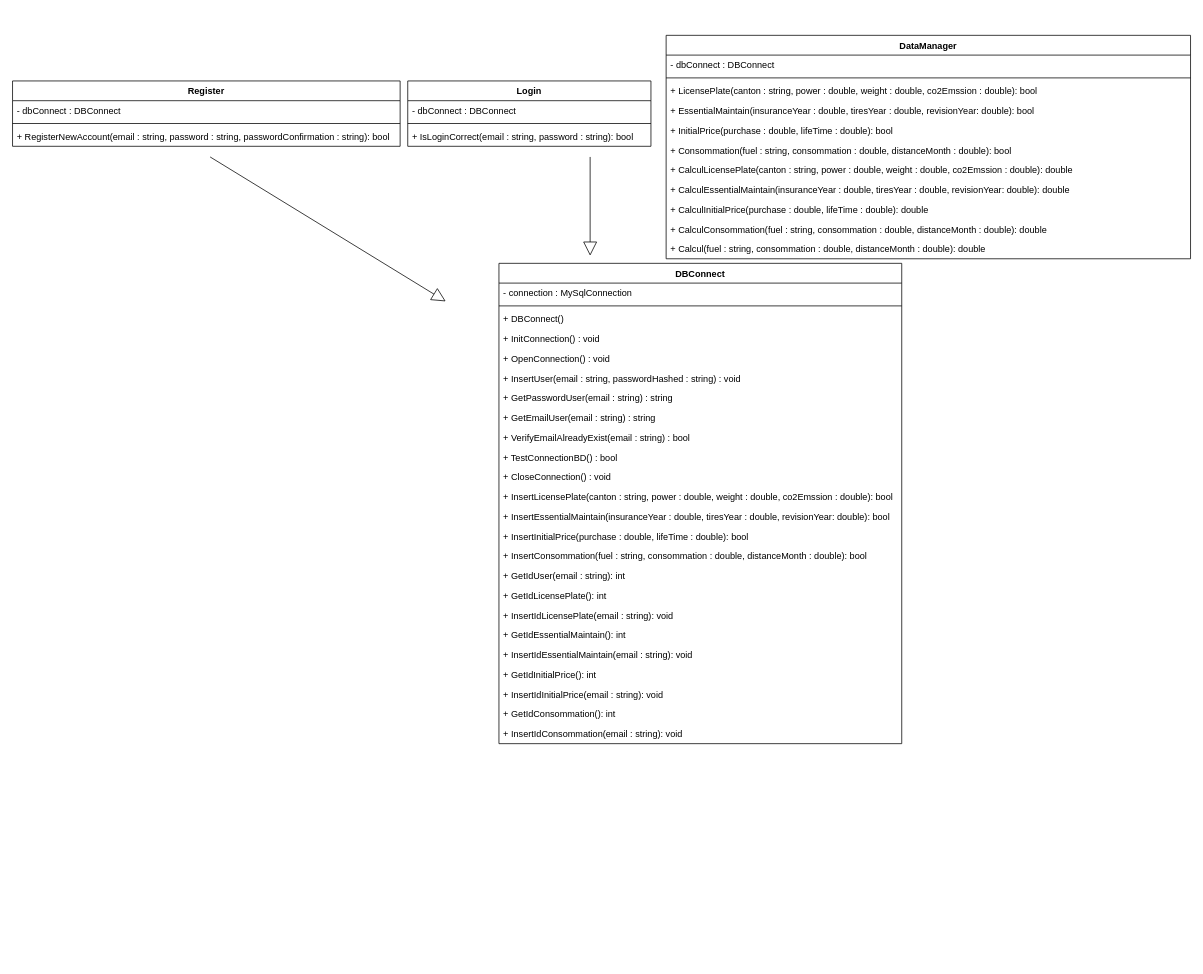
Before: Documentation/Sprint1/diagrammeClasse.drawio in ThomasCPNV/CcubeProject, a draw.io diagram. Source tidied: cells renumbered, new cells numbered last; positions are measured from the earlier drawing's top-left corner, leaving out a move shared by most shapes. Both pictures are drawn from the tidied source at 76%, with x=0, y=0 at pixel (12, 35).
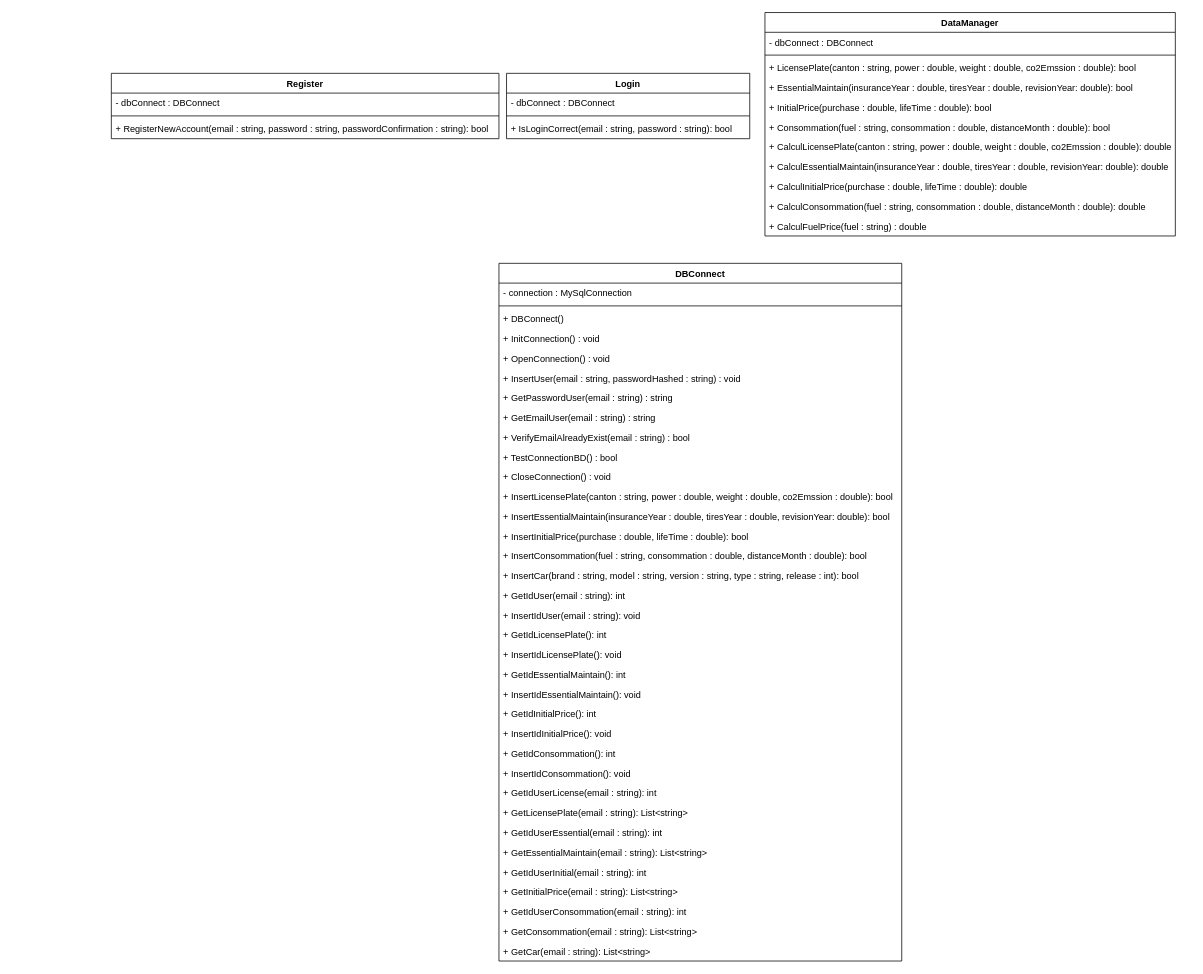
After the change.

Commit message (it also covers changes not shown here):
mise à jour diagramme de classe

What changed in the source:
```diff
@@
     <mxCell id="2" value="Register" style="swimlane;fontStyle=1;align=center;verticalAlign=top;horizontal=1;startSize=26;" parent="1" vertex="1">
-      <mxGeometry y="60" width="510" height="86" as="geometry" />
+      <mxGeometry x="130" y="50" width="510" height="86" as="geometry" />
     </mxCell>
@@
     <mxCell id="6" value="Login" style="swimlane;fontStyle=1;align=center;verticalAlign=top;horizontal=1;startSize=26;" parent="1" vertex="1">
-      <mxGeometry x="520" y="60" width="320" height="86" as="geometry" />
+      <mxGeometry x="650" y="50" width="320" height="86" as="geometry" />
     </mxCell>
@@
     <mxCell id="10" value="DataManager" style="swimlane;fontStyle=1;align=center;verticalAlign=top;horizontal=1;startSize=26;" parent="1" vertex="1">
-      <mxGeometry x="860" width="690" height="294" as="geometry" />
+      <mxGeometry x="990" y="-30" width="540" height="294" as="geometry" />
     </mxCell>
     <mxCell id="11" value="- dbConnect : DBConnect" style="text;strokeColor=none;fillColor=none;align=left;verticalAlign=top;spacingLeft=4;spacingRight=4;overflow=hidden;" parent="10" vertex="1">
-      <mxGeometry y="26" width="690" height="26" as="geometry" />
+      <mxGeometry y="26" width="540" height="26" as="geometry" />
     </mxCell>
     <mxCell id="12" style="line;strokeWidth=1;fillColor=none;align=left;verticalAlign=middle;spacingTop=-1;spacingLeft=3;spacingRight=3;labelPosition=right;" parent="10" vertex="1">
-      <mxGeometry y="52" width="690" height="8" as="geometry" />
+      <mxGeometry y="52" width="540" height="8" as="geometry" />
     </mxCell>
     <mxCell id="13" value="+ LicensePlate(canton : string, power : double, weight : double, co2Emssion : double): bool" style="text;strokeColor=none;fillColor=none;align=left;verticalAlign=top;spacingLeft=4;spacingRight=4;overflow=hidden;" parent="10" vertex="1">
-      <mxGeometry y="60" width="690" height="26" as="geometry" />
+      <mxGeometry y="60" width="540" height="26" as="geometry" />
     </mxCell>
     <mxCell id="14" value="+ EssentialMaintain(insuranceYear : double, tiresYear : double, revisionYear: double): bool" style="text;strokeColor=none;fillColor=none;align=left;verticalAlign=top;spacingLeft=4;spacingRight=4;overflow=hidden;" parent="10" vertex="1">
-      <mxGeometry y="86" width="690" height="26" as="geometry" />
+      <mxGeometry y="86" width="540" height="26" as="geometry" />
     </mxCell>
     <mxCell id="15" value="+ InitialPrice(purchase : double, lifeTime : double): bool" style="text;strokeColor=none;fillColor=none;align=left;verticalAlign=top;spacingLeft=4;spacingRight=4;overflow=hidden;" parent="10" vertex="1">
-      <mxGeometry y="112" width="690" height="26" as="geometry" />
+      <mxGeometry y="112" width="540" height="26" as="geometry" />
     </mxCell>
     <mxCell id="16" value="+ Consommation(fuel : string, consommation : double, distanceMonth : double): bool" style="text;strokeColor=none;fillColor=none;align=left;verticalAlign=top;spacingLeft=4;spacingRight=4;overflow=hidden;" parent="10" vertex="1">
-      <mxGeometry y="138" width="690" height="26" as="geometry" />
+      <mxGeometry y="138" width="540" height="26" as="geometry" />
     </mxCell>
     <mxCell id="17" value="+ CalculLicensePlate(canton : string, power : double, weight : double, co2Emssion : double): double" style="text;strokeColor=none;fillColor=none;align=left;verticalAlign=top;spacingLeft=4;spacingRight=4;overflow=hidden;" parent="10" vertex="1">
-      <mxGeometry y="164" width="690" height="26" as="geometry" />
+      <mxGeometry y="164" width="540" height="26" as="geometry" />
     </mxCell>
     <mxCell id="18" value="+ CalculEssentialMaintain(insuranceYear : double, tiresYear : double, revisionYear: double): double" style="text;strokeColor=none;fillColor=none;align=left;verticalAlign=top;spacingLeft=4;spacingRight=4;overflow=hidden;" parent="10" vertex="1">
-      <mxGeometry y="190" width="690" height="26" as="geometry" />
+      <mxGeometry y="190" width="540" height="26" as="geometry" />
     </mxCell>
     <mxCell id="19" value="+ CalculInitialPrice(purchase : double, lifeTime : double): double" style="text;strokeColor=none;fillColor=none;align=left;verticalAlign=top;spacingLeft=4;spacingRight=4;overflow=hidden;" parent="10" vertex="1">
-      <mxGeometry y="216" width="690" height="26" as="geometry" />
+      <mxGeometry y="216" width="540" height="26" as="geometry" />
     </mxCell>
     <mxCell id="20" value="+ CalculConsommation(fuel : string, consommation : double, distanceMonth : double): double" style="text;strokeColor=none;fillColor=none;align=left;verticalAlign=top;spacingLeft=4;spacingRight=4;overflow=hidden;" parent="10" vertex="1">
-      <mxGeometry y="242" width="690" height="26" as="geometry" />
+      <mxGeometry y="242" width="540" height="26" as="geometry" />
     </mxCell>
-    <mxCell id="21" value="+ Calcul(fuel : string, consommation : double, distanceMonth : double): double" style="text;strokeColor=none;fillColor=none;align=left;verticalAlign=top;spacingLeft=4;spacingRight=4;overflow=hidden;" parent="10" vertex="1">
-      <mxGeometry y="268" width="690" height="26" as="geometry" />
+    <mxCell id="21" value="+ CalculFuelPrice(fuel : string) : double" style="text;strokeColor=none;fillColor=none;align=left;verticalAlign=top;spacingLeft=4;spacingRight=4;overflow=hidden;" parent="10" vertex="1">
+      <mxGeometry y="268" width="540" height="26" as="geometry" />
     </mxCell>
     <mxCell id="22" value="DBConnect" style="swimlane;fontStyle=1;align=center;verticalAlign=top;horizontal=1;startSize=26;" parent="1" vertex="1">
-      <mxGeometry x="640" y="300" width="530" height="632" as="geometry" />
+      <mxGeometry x="640" y="300" width="530" height="918" as="geometry" />
     </mxCell>
@@
+    <mxCell id="49" value="+ InsertConsommation(fuel : string, consommation : double, distanceMonth : double): bool" style="text;strokeColor=none;fillColor=none;align=left;verticalAlign=top;spacingLeft=4;spacingRight=4;overflow=hidden;" parent="22" vertex="1">
+      <mxGeometry y="372" width="530" height="26" as="geometry" />
+    </mxCell>
-    <mxCell id="37" value="+ InsertConsommation(fuel : string, consommation : double, distanceMonth : double): bool" style="text;strokeColor=none;fillColor=none;align=left;verticalAlign=top;spacingLeft=4;spacingRight=4;overflow=hidden;" parent="22" vertex="1">
-      <mxGeometry y="372" width="530" height="26" as="geometry" />
+    <mxCell id="37" value="+ InsertCar(brand : string, model : string, version : string, type : string, release : int): bool" style="text;strokeColor=none;fillColor=none;align=left;verticalAlign=top;spacingLeft=4;spacingRight=4;overflow=hidden;" parent="22" vertex="1">
+      <mxGeometry y="398" width="530" height="26" as="geometry" />
     </mxCell>
+    <mxCell id="50" value="+ GetIdUser(email : string): int" style="text;strokeColor=none;fillColor=none;align=left;verticalAlign=top;spacingLeft=4;spacingRight=4;overflow=hidden;" parent="22" vertex="1">
+      <mxGeometry y="424" width="530" height="26" as="geometry" />
+    </mxCell>
-    <mxCell id="38" value="+ GetIdUser(email : string): int" style="text;strokeColor=none;fillColor=none;align=left;verticalAlign=top;spacingLeft=4;spacingRight=4;overflow=hidden;" parent="22" vertex="1">
-      <mxGeometry y="398" width="530" height="26" as="geometry" />
+    <mxCell id="38" value="+ InsertIdUser(email : string): void" style="text;strokeColor=none;fillColor=none;align=left;verticalAlign=top;spacingLeft=4;spacingRight=4;overflow=hidden;" parent="22" vertex="1">
+      <mxGeometry y="450" width="530" height="26" as="geometry" />
     </mxCell>
     <mxCell id="39" value="+ GetIdLicensePlate(): int" style="text;strokeColor=none;fillColor=none;align=left;verticalAlign=top;spacingLeft=4;spacingRight=4;overflow=hidden;" parent="22" vertex="1">
-      <mxGeometry y="424" width="530" height="26" as="geometry" />
+      <mxGeometry y="476" width="530" height="26" as="geometry" />
     </mxCell>
-    <mxCell id="40" value="+ InsertIdLicensePlate(email : string): void" style="text;strokeColor=none;fillColor=none;align=left;verticalAlign=top;spacingLeft=4;spacingRight=4;overflow=hidden;" parent="22" vertex="1">
-      <mxGeometry y="450" width="530" height="26" as="geometry" />
+    <mxCell id="40" value="+ InsertIdLicensePlate(): void" style="text;strokeColor=none;fillColor=none;align=left;verticalAlign=top;spacingLeft=4;spacingRight=4;overflow=hidden;" parent="22" vertex="1">
+      <mxGeometry y="502" width="530" height="26" as="geometry" />
     </mxCell>
     <mxCell id="41" value="+ GetIdEssentialMaintain(): int" style="text;strokeColor=none;fillColor=none;align=left;verticalAlign=top;spacingLeft=4;spacingRight=4;overflow=hidden;" parent="22" vertex="1">
-      <mxGeometry y="476" width="530" height="26" as="geometry" />
+      <mxGeometry y="528" width="530" height="26" as="geometry" />
     </mxCell>
-    <mxCell id="42" value="+ InsertIdEssentialMaintain(email : string): void" style="text;strokeColor=none;fillColor=none;align=left;verticalAlign=top;spacingLeft=4;spacingRight=4;overflow=hidden;" parent="22" vertex="1">
-      <mxGeometry y="502" width="530" height="26" as="geometry" />
+    <mxCell id="42" value="+ InsertIdEssentialMaintain(): void" style="text;strokeColor=none;fillColor=none;align=left;verticalAlign=top;spacingLeft=4;spacingRight=4;overflow=hidden;" parent="22" vertex="1">
+      <mxGeometry y="554" width="530" height="26" as="geometry" />
     </mxCell>
     <mxCell id="43" value="+ GetIdInitialPrice(): int" style="text;strokeColor=none;fillColor=none;align=left;verticalAlign=top;spacingLeft=4;spacingRight=4;overflow=hidden;" parent="22" vertex="1">
-      <mxGeometry y="528" width="530" height="26" as="geometry" />
+      <mxGeometry y="580" width="530" height="26" as="geometry" />
     </mxCell>
-    <mxCell id="44" value="+ InsertIdInitialPrice(email : string): void" style="text;strokeColor=none;fillColor=none;align=left;verticalAlign=top;spacingLeft=4;spacingRight=4;overflow=hidden;" parent="22" vertex="1">
-      <mxGeometry y="554" width="530" height="26" as="geometry" />
+    <mxCell id="44" value="+ InsertIdInitialPrice(): void" style="text;strokeColor=none;fillColor=none;align=left;verticalAlign=top;spacingLeft=4;spacingRight=4;overflow=hidden;" parent="22" vertex="1">
+      <mxGeometry y="606" width="530" height="26" as="geometry" />
     </mxCell>
     <mxCell id="45" value="+ GetIdConsommation(): int" style="text;strokeColor=none;fillColor=none;align=left;verticalAlign=top;spacingLeft=4;spacingRight=4;overflow=hidden;" parent="22" vertex="1">
-      <mxGeometry y="580" width="530" height="26" as="geometry" />
+      <mxGeometry y="632" width="530" height="26" as="geometry" />
     </mxCell>
+    <mxCell id="51" value="+ InsertIdConsommation(): void" style="text;strokeColor=none;fillColor=none;align=left;verticalAlign=top;spacingLeft=4;spacingRight=4;overflow=hidden;" parent="22" vertex="1">
+      <mxGeometry y="658" width="530" height="26" as="geometry" />
+    </mxCell>
+    <mxCell id="52" value="+ GetIdUserLicense(email : string): int" style="text;strokeColor=none;fillColor=none;align=left;verticalAlign=top;spacingLeft=4;spacingRight=4;overflow=hidden;" parent="22" vertex="1">
+      <mxGeometry y="684" width="530" height="26" as="geometry" />
+    </mxCell>
+    <mxCell id="53" value="+ GetLicensePlate(email : string): List&lt;string&gt;" style="text;strokeColor=none;fillColor=none;align=left;verticalAlign=top;spacingLeft=4;spacingRight=4;overflow=hidden;" parent="22" vertex="1">
+      <mxGeometry y="710" width="530" height="26" as="geometry" />
+    </mxCell>
+    <mxCell id="54" value="+ GetIdUserEssential(email : string): int" style="text;strokeColor=none;fillColor=none;align=left;verticalAlign=top;spacingLeft=4;spacingRight=4;overflow=hidden;" parent="22" vertex="1">
+      <mxGeometry y="736" width="530" height="26" as="geometry" />
+    </mxCell>
+    <mxCell id="55" value="+ GetEssentialMaintain(email : string): List&lt;string&gt;" style="text;strokeColor=none;fillColor=none;align=left;verticalAlign=top;spacingLeft=4;spacingRight=4;overflow=hidden;" parent="22" vertex="1">
+      <mxGeometry y="762" width="530" height="26" as="geometry" />
+    </mxCell>
+    <mxCell id="56" value="+ GetIdUserInitial(email : string): int" style="text;strokeColor=none;fillColor=none;align=left;verticalAlign=top;spacingLeft=4;spacingRight=4;overflow=hidden;" parent="22" vertex="1">
+      <mxGeometry y="788" width="530" height="26" as="geometry" />
+    </mxCell>
+    <mxCell id="57" value="+ GetInitialPrice(email : string): List&lt;string&gt;" style="text;strokeColor=none;fillColor=none;align=left;verticalAlign=top;spacingLeft=4;spacingRight=4;overflow=hidden;" parent="22" vertex="1">
+      <mxGeometry y="814" width="530" height="26" as="geometry" />
+    </mxCell>
+    <mxCell id="58" value="+ GetIdUserConsommation(email : string): int" style="text;strokeColor=none;fillColor=none;align=left;verticalAlign=top;spacingLeft=4;spacingRight=4;overflow=hidden;" parent="22" vertex="1">
+      <mxGeometry y="840" width="530" height="26" as="geometry" />
+    </mxCell>
+    <mxCell id="59" value="+ GetConsommation(email : string): List&lt;string&gt;" style="text;strokeColor=none;fillColor=none;align=left;verticalAlign=top;spacingLeft=4;spacingRight=4;overflow=hidden;" parent="22" vertex="1">
+      <mxGeometry y="866" width="530" height="26" as="geometry" />
+    </mxCell>
-    <mxCell id="46" value="+ InsertIdConsommation(email : string): void" style="text;strokeColor=none;fillColor=none;align=left;verticalAlign=top;spacingLeft=4;spacingRight=4;overflow=hidden;" parent="22" vertex="1">
-      <mxGeometry y="606" width="530" height="26" as="geometry" />
+    <mxCell id="46" value="+ GetCar(email : string): List&lt;string&gt;" style="text;strokeColor=none;fillColor=none;align=left;verticalAlign=top;spacingLeft=4;spacingRight=4;overflow=hidden;" parent="22" vertex="1">
+      <mxGeometry y="892" width="530" height="26" as="geometry" />
     </mxCell>
-    <mxCell id="47" style="endArrow=block;endSize=16;endFill=0;html=1;" parent="1" edge="1">
-      <mxGeometry relative="1" as="geometry">
-        <mxPoint x="260" y="160" as="sourcePoint" />
-        <mxPoint x="570" y="350" as="targetPoint" />
-      </mxGeometry>
-    </mxCell>
-    <mxCell id="48" style="endArrow=block;endSize=16;endFill=0;html=1;" parent="1" edge="1">
-      <mxGeometry relative="1" as="geometry">
-        <mxPoint x="760" y="160" as="sourcePoint" />
-        <mxPoint x="760" y="290" as="targetPoint" />
-      </mxGeometry>
-    </mxCell>
```
